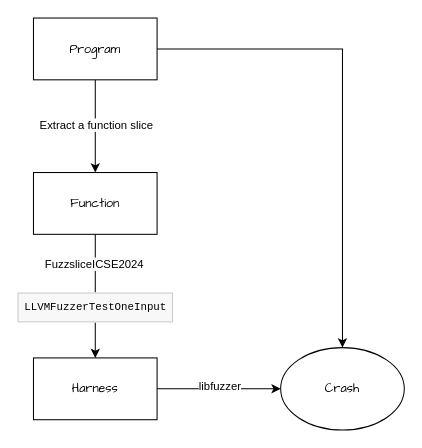
Above: Draw.drawio in blu3sh0rk/Draw (draw.io), before the change. Source tidied: cells renumbered, new cells numbered last; positions are measured from the earlier drawing's top-left corner, leaving out a move shared by most shapes. Both pictures are drawn from the tidied source at 103%, with x=0, y=0 at pixel (33, 18).
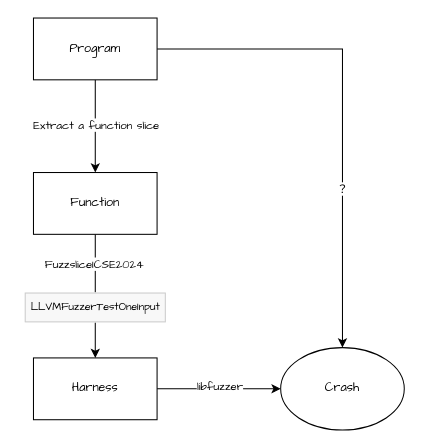
The same page after the edit.

Change to the diagram source:
```diff
@@
 <mxGraphModel>
   <root>
     <mxCell id="0" />
     <mxCell id="1" parent="0" />
-    <mxCell id="2" style="edgeStyle=orthogonalEdgeStyle;rounded=0;jettySize=auto;html=1;" parent="1" edge="1" source="5" target="12">
+    <mxCell id="2" style="edgeStyle=orthogonalEdgeStyle;rounded=0;jettySize=auto;html=1;fontFamily=Comic Sans MS;" parent="1" edge="1" source="5" target="12">
       <mxGeometry relative="1" as="geometry" />
     </mxCell>
-    <mxCell id="3" value="Extract a function slice" style="edgeLabel;html=1;align=center;verticalAlign=middle;" parent="2" vertex="1">
+    <mxCell id="3" value="Extract a function slice" style="edgeLabel;html=1;align=center;verticalAlign=middle;fontFamily=Comic Sans MS;" parent="2" vertex="1">
       <mxGeometry x="-0.04" relative="1" as="geometry" />
     </mxCell>
-    <mxCell id="4" style="edgeStyle=orthogonalEdgeStyle;rounded=0;jettySize=auto;html=1;" parent="1" edge="1" source="5" target="13">
+    <mxCell id="4" style="edgeStyle=orthogonalEdgeStyle;rounded=0;jettySize=auto;html=1;fontFamily=Comic Sans MS;" parent="1" edge="1" source="5" target="13">
       <mxGeometry relative="1" as="geometry" />
     </mxCell>
+    <mxCell id="14" value="？" style="edgeLabel;html=1;align=center;verticalAlign=middle;fontFamily=Comic Sans MS;" parent="4" vertex="1">
+      <mxGeometry x="0.34" y="-1" relative="1" as="geometry" />
+    </mxCell>
-    <mxCell id="5" value="&lt;font face=&quot;Comic Sans MS&quot;&gt;Program&lt;/font&gt;" style="rounded=0;whiteSpace=wrap;html=1;" parent="1" vertex="1">
+    <mxCell id="5" value="&lt;font&gt;Program&lt;/font&gt;" style="rounded=0;whiteSpace=wrap;html=1;fontFamily=Comic Sans MS;" parent="1" vertex="1">
       <mxGeometry width="120" height="60" as="geometry" />
     </mxCell>
-    <mxCell id="6" style="edgeStyle=orthogonalEdgeStyle;rounded=0;jettySize=auto;html=1;" parent="1" edge="1" source="8" target="13">
+    <mxCell id="6" style="edgeStyle=orthogonalEdgeStyle;rounded=0;jettySize=auto;html=1;fontFamily=Comic Sans MS;" parent="1" edge="1" source="8" target="13">
       <mxGeometry relative="1" as="geometry" />
     </mxCell>
-    <mxCell id="7" value="libfuzzer" style="edgeLabel;html=1;align=center;verticalAlign=middle;" parent="6" vertex="1">
+    <mxCell id="7" value="libfuzzer" style="edgeLabel;html=1;align=center;verticalAlign=middle;fontFamily=Comic Sans MS;" parent="6" vertex="1">
       <mxGeometry y="3" relative="1" as="geometry" />
     </mxCell>
-    <mxCell id="8" value="&lt;font face=&quot;Comic Sans MS&quot;&gt;Harness&lt;/font&gt;" style="rounded=0;whiteSpace=wrap;html=1;" parent="1" vertex="1">
+    <mxCell id="8" value="&lt;font&gt;Harness&lt;/font&gt;" style="rounded=0;whiteSpace=wrap;html=1;fontFamily=Comic Sans MS;" parent="1" vertex="1">
       <mxGeometry y="330" width="120" height="60" as="geometry" />
     </mxCell>
-    <mxCell id="9" style="edgeStyle=orthogonalEdgeStyle;rounded=0;jettySize=auto;html=1;entryX=0.5;entryY=0;entryDx=0;entryDy=0;" parent="1" edge="1" source="12" target="8">
+    <mxCell id="9" style="edgeStyle=orthogonalEdgeStyle;rounded=0;jettySize=auto;html=1;entryX=0.5;entryY=0;entryDx=0;entryDy=0;fontFamily=Comic Sans MS;" parent="1" edge="1" source="12" target="8">
       <mxGeometry relative="1" as="geometry" />
     </mxCell>
-    <mxCell id="10" value="&lt;pre style=&quot;line-height: 15.96px; overflow: auto hidden; clear: both; font-family: Consolas, &amp;quot;Deja Vu Sans Mono&amp;quot;, &amp;quot;Bitstream Vera Sans Mono&amp;quot;, monospace; font-size: 0.95em; padding: 0.5em; border: 1px solid rgb(204, 204, 204); background-color: rgb(248, 248, 248); margin-top: 0px; margin-bottom: 0px; text-align: left;&quot;&gt;&lt;span class=&quot;n&quot;&gt;LLVMFuzzerTestOneInput&lt;/span&gt;&lt;/pre&gt;" style="edgeLabel;html=1;align=center;verticalAlign=middle;" parent="9" vertex="1">
+    <mxCell id="10" value="&lt;div style=&quot;line-height: 15.96px; overflow: auto hidden; clear: both; font-size: 0.95em; padding: 0.5em; border: 1px solid rgb(204, 204, 204); background-color: rgb(248, 248, 248); margin-top: 0px; margin-bottom: 0px; text-align: left;&quot;&gt;&lt;span class=&quot;n&quot; style=&quot;&quot;&gt;&lt;font&gt;LLVMFuzzerTestOneInput&lt;/font&gt;&lt;/span&gt;&lt;/div&gt;" style="edgeLabel;html=1;align=center;verticalAlign=middle;fontFamily=Comic Sans MS;" parent="9" vertex="1">
       <mxGeometry y="-1" relative="1" as="geometry">
         <mxPoint y="10" as="offset" />
       </mxGeometry>
     </mxCell>
-    <mxCell id="11" value="FuzzsliceICSE2024" style="edgeLabel;html=1;align=center;verticalAlign=middle;" parent="9" vertex="1">
+    <mxCell id="11" value="FuzzsliceICSE2024" style="edgeLabel;html=1;align=center;verticalAlign=middle;fontFamily=Comic Sans MS;" parent="9" vertex="1">
       <mxGeometry x="-0.54" y="-2" relative="1" as="geometry" />
     </mxCell>
-    <mxCell id="12" value="&lt;font face=&quot;Comic Sans MS&quot;&gt;Function&lt;/font&gt;" style="rounded=0;whiteSpace=wrap;html=1;" parent="1" vertex="1">
+    <mxCell id="12" value="&lt;font&gt;Function&lt;/font&gt;" style="rounded=0;whiteSpace=wrap;html=1;fontFamily=Comic Sans MS;" parent="1" vertex="1">
       <mxGeometry y="150" width="120" height="60" as="geometry" />
     </mxCell>
-    <mxCell id="13" value="&lt;font face=&quot;Comic Sans MS&quot;&gt;Crash&lt;/font&gt;" style="ellipse;whiteSpace=wrap;html=1;" parent="1" vertex="1">
+    <mxCell id="13" value="&lt;font&gt;Crash&lt;/font&gt;" style="ellipse;whiteSpace=wrap;html=1;fontFamily=Comic Sans MS;" parent="1" vertex="1">
       <mxGeometry x="240" y="320" width="120" height="80" as="geometry" />
     </mxCell>
   </root>
 </mxGraphModel>
```
